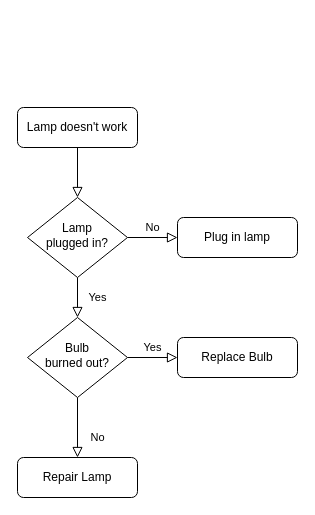
The draw.io diagram assem.drawio in jun0e/4dpocket, before the edit. Source tidied: cells renumbered, new cells numbered last; positions are measured from the earlier drawing's top-left corner, leaving out a move shared by most shapes. Both pictures are drawn from the tidied source at 100%, with x=0, y=0 at pixel (17, 107).
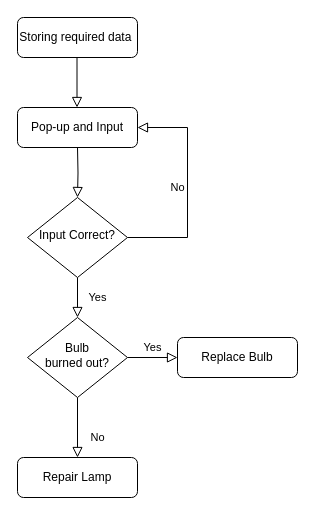
The same diagram, later.

Change to the diagram source:
```diff
@@
 <mxGraphModel>
   <root>
     <mxCell id="0" />
     <mxCell id="1" parent="0" />
-    <mxCell id="2" style="rounded=0;html=1;jettySize=auto;fontSize=11;endArrow=block;endFill=0;endSize=8;strokeWidth=1;shadow=0;labelBackgroundColor=none;edgeStyle=orthogonalEdgeStyle;" parent="1" edge="1" source="3" target="6">
-      <mxGeometry relative="1" as="geometry" />
+    <mxCell id="2" style="rounded=0;html=1;jettySize=auto;fontSize=11;endArrow=block;endFill=0;endSize=8;strokeWidth=1;shadow=0;labelBackgroundColor=none;edgeStyle=orthogonalEdgeStyle;" parent="1" edge="1" target="6">
+      <mxGeometry relative="1" as="geometry">
+        <mxPoint x="60" y="40" as="sourcePoint" />
+      </mxGeometry>
     </mxCell>
-    <mxCell id="3" value="Lamp doesn't work" style="rounded=1;whiteSpace=wrap;html=1;fontSize=12;glass=0;strokeWidth=1;shadow=0;" parent="1" vertex="1">
-      <mxGeometry width="120" height="40" as="geometry" />
-    </mxCell>
     <mxCell id="4" value="Yes" style="rounded=0;html=1;jettySize=auto;fontSize=11;endArrow=block;endFill=0;endSize=8;strokeWidth=1;shadow=0;labelBackgroundColor=none;edgeStyle=orthogonalEdgeStyle;" parent="1" edge="1" source="6" target="10">
       <mxGeometry y="20" relative="1" as="geometry" />
     </mxCell>
-    <mxCell id="5" value="No" style="edgeStyle=orthogonalEdgeStyle;rounded=0;html=1;jettySize=auto;fontSize=11;endArrow=block;endFill=0;endSize=8;strokeWidth=1;shadow=0;labelBackgroundColor=none;" parent="1" edge="1" source="6" target="7">
-      <mxGeometry y="10" relative="1" as="geometry" />
+    <mxCell id="5" value="No" style="edgeStyle=orthogonalEdgeStyle;rounded=0;html=1;jettySize=auto;fontSize=11;endArrow=block;endFill=0;endSize=8;strokeWidth=1;shadow=0;labelBackgroundColor=none;entryX=1;entryY=0.5;entryDx=0;entryDy=0;" parent="1" edge="1" source="6" target="13">
+      <mxGeometry y="10" relative="1" as="geometry">
+        <Array as="points">
+          <mxPoint x="170" y="130" />
+          <mxPoint x="170" y="20" />
+        </Array>
+      </mxGeometry>
     </mxCell>
-    <mxCell id="6" value="Lamp&lt;br&gt;plugged in?" style="rhombus;whiteSpace=wrap;html=1;shadow=0;fontFamily=Helvetica;fontSize=12;align=center;strokeWidth=1;spacing=6;spacingTop=-4;" parent="1" vertex="1">
+    <mxCell id="6" value="Input Correct?" style="rhombus;whiteSpace=wrap;html=1;shadow=0;fontFamily=Helvetica;fontSize=12;align=center;strokeWidth=1;spacing=6;spacingTop=-4;" parent="1" vertex="1">
       <mxGeometry x="10" y="90" width="100" height="80" as="geometry" />
     </mxCell>
-    <mxCell id="7" value="Plug in lamp" style="rounded=1;whiteSpace=wrap;html=1;fontSize=12;glass=0;strokeWidth=1;shadow=0;" parent="1" vertex="1">
-      <mxGeometry x="160" y="110" width="120" height="40" as="geometry" />
-    </mxCell>
     <mxCell id="8" value="No" style="rounded=0;html=1;jettySize=auto;fontSize=11;endArrow=block;endFill=0;endSize=8;strokeWidth=1;shadow=0;labelBackgroundColor=none;edgeStyle=orthogonalEdgeStyle;" parent="1" edge="1" source="10" target="11">
       <mxGeometry x="0.33" y="20" relative="1" as="geometry" />
     </mxCell>
     <mxCell id="9" value="Yes" style="edgeStyle=orthogonalEdgeStyle;rounded=0;html=1;jettySize=auto;fontSize=11;endArrow=block;endFill=0;endSize=8;strokeWidth=1;shadow=0;labelBackgroundColor=none;" parent="1" edge="1" source="10" target="12">
       <mxGeometry y="10" relative="1" as="geometry" />
     </mxCell>
     <mxCell id="10" value="Bulb&lt;br&gt;burned out?" style="rhombus;whiteSpace=wrap;html=1;shadow=0;fontFamily=Helvetica;fontSize=12;align=center;strokeWidth=1;spacing=6;spacingTop=-4;" parent="1" vertex="1">
       <mxGeometry x="10" y="210" width="100" height="80" as="geometry" />
     </mxCell>
     <mxCell id="11" value="Repair Lamp" style="rounded=1;whiteSpace=wrap;html=1;fontSize=12;glass=0;strokeWidth=1;shadow=0;" parent="1" vertex="1">
       <mxGeometry y="350" width="120" height="40" as="geometry" />
     </mxCell>
     <mxCell id="12" value="Replace Bulb" style="rounded=1;whiteSpace=wrap;html=1;fontSize=12;glass=0;strokeWidth=1;shadow=0;" parent="1" vertex="1">
       <mxGeometry x="160" y="230" width="120" height="40" as="geometry" />
     </mxCell>
+    <mxCell id="13" value="Pop-up and Input" style="rounded=1;whiteSpace=wrap;html=1;fontSize=12;glass=0;strokeWidth=1;shadow=0;" parent="1" vertex="1">
+      <mxGeometry width="120" height="40" as="geometry" />
+    </mxCell>
+    <mxCell id="14" value="Storing required data&amp;nbsp;" style="rounded=1;whiteSpace=wrap;html=1;fontSize=12;glass=0;strokeWidth=1;shadow=0;" parent="1" vertex="1">
+      <mxGeometry y="-90" width="120" height="40" as="geometry" />
+    </mxCell>
+    <mxCell id="15" style="rounded=0;html=1;jettySize=auto;orthogonalLoop=1;fontSize=11;endArrow=block;endFill=0;endSize=8;strokeWidth=1;shadow=0;labelBackgroundColor=none;edgeStyle=orthogonalEdgeStyle;" parent="1" edge="1">
+      <mxGeometry relative="1" as="geometry">
+        <mxPoint x="59.5" y="-50" as="sourcePoint" />
+        <mxPoint x="59.5" as="targetPoint" />
+      </mxGeometry>
+    </mxCell>
   </root>
 </mxGraphModel>
```
